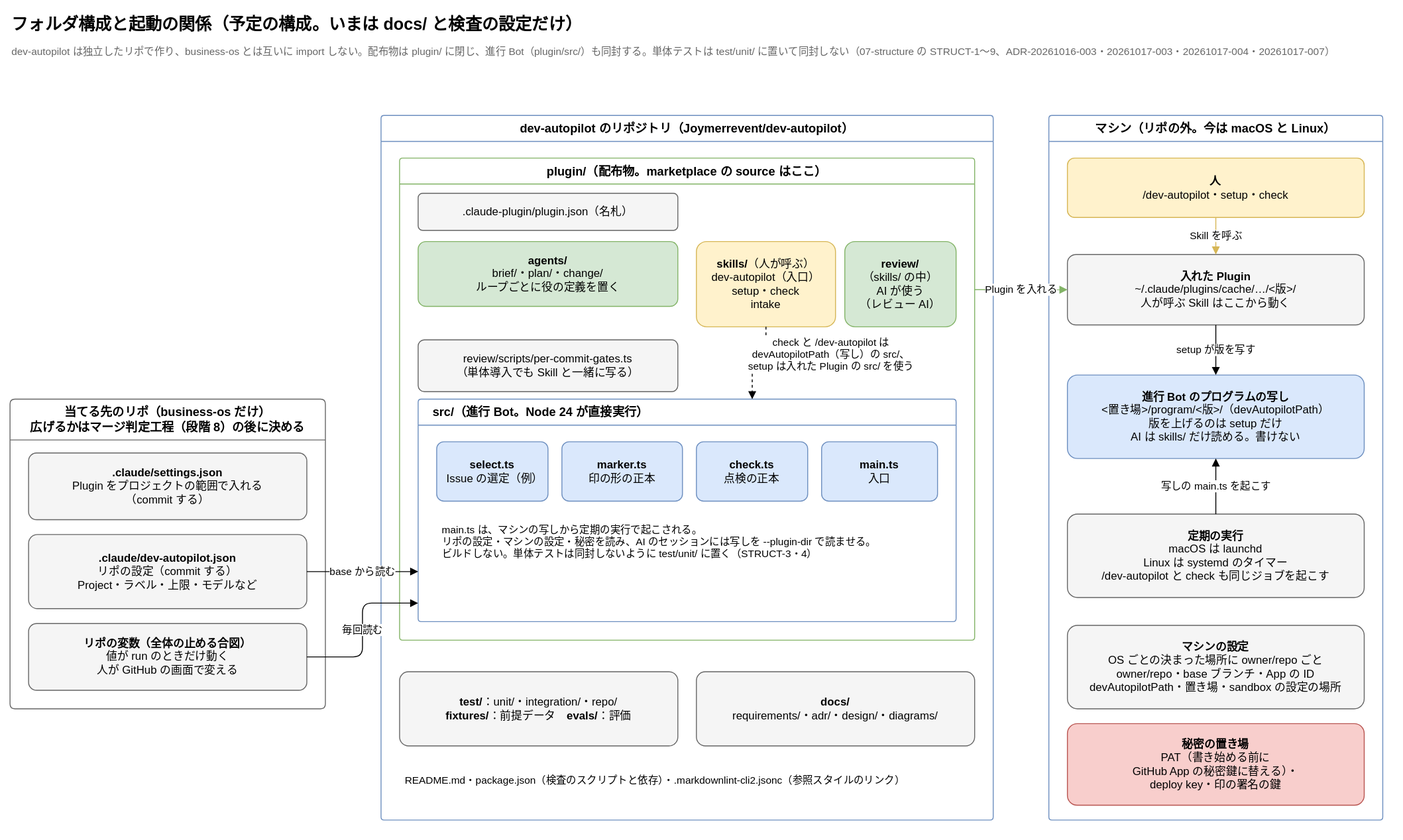
Joymerrevent/dev-autopilot keeps this draw.io diagram as docs/diagrams/structure.drawio.svg. Above is the earlier version. Source tidied: cells renumbered, new cells last; positions are measured from the earlier drawing's top-left corner, leaving out a move shared by most shapes.
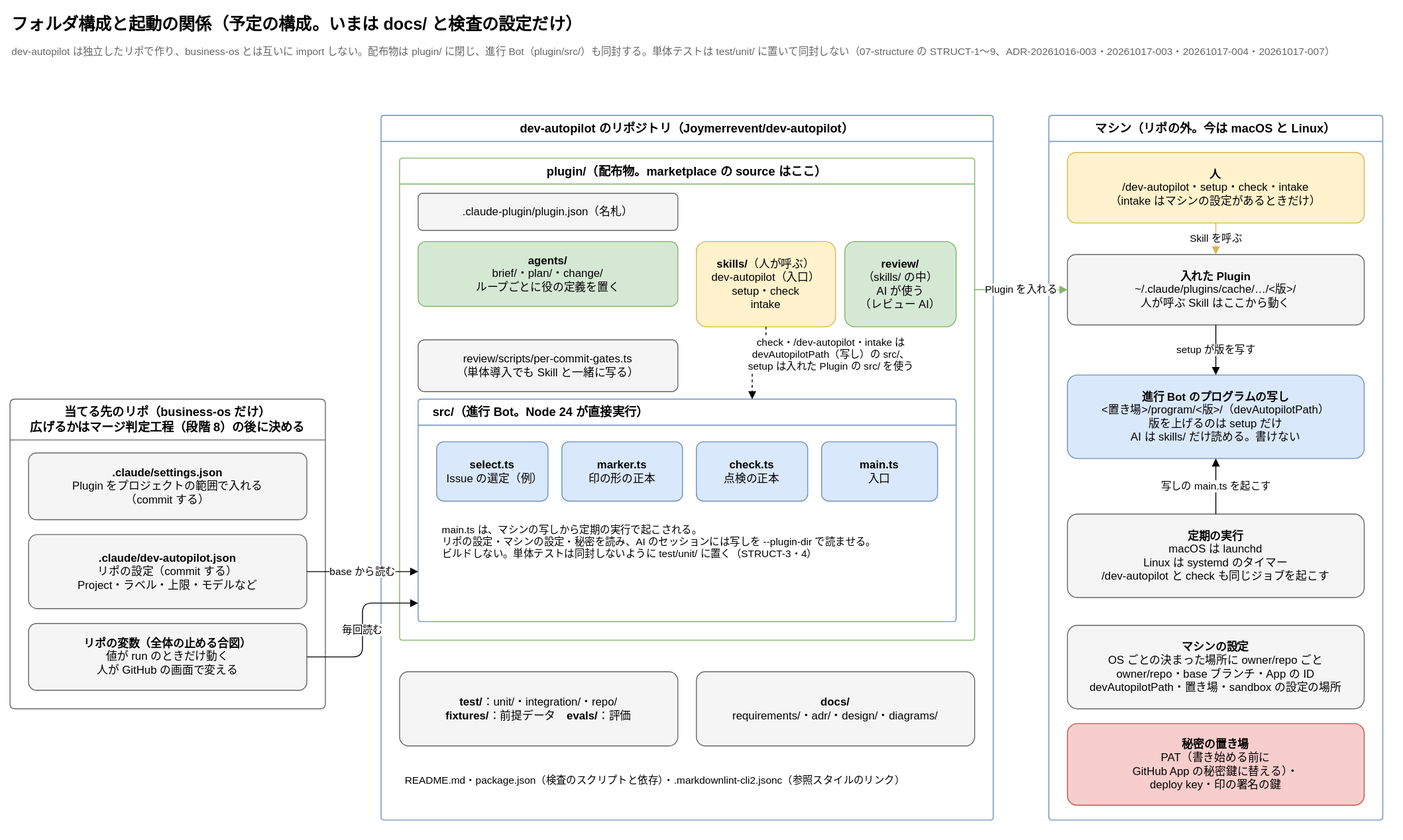
After the commit.

Diff of the diagram source:
```diff
@@ -71,8 +71,8 @@
     <mxCell id="24" value="マシン（リポの外。今は macOS と Linux）" style="swimlane;startSize=28;html=1;whiteSpace=wrap;rounded=1;arcSize=4;fontStyle=1;fontSize=13;strokeColor=#6c8ebf;fillColor=none;swimlaneFillColor=none;" parent="1" vertex="1">
       <mxGeometry x="1120" y="114" width="360" height="760" as="geometry" />
     </mxCell>
-    <mxCell id="25" value="&lt;b&gt;人&lt;/b&gt;&lt;br&gt;/dev-autopilot・setup・check" style="rounded=1;whiteSpace=wrap;html=1;fontSize=12;arcSize=12;fillColor=#fff2cc;strokeColor=#d6b656;spacing=12;" parent="24" vertex="1">
-      <mxGeometry x="20" y="46" width="320" height="64" as="geometry" />
+    <mxCell id="25" value="&lt;b&gt;人&lt;/b&gt;&lt;br&gt;/dev-autopilot・setup・check・intake&lt;br&gt;（intake はマシンの設定があるときだけ）" style="rounded=1;whiteSpace=wrap;html=1;fontSize=12;arcSize=12;fillColor=#fff2cc;strokeColor=#d6b656;spacing=12;" parent="24" vertex="1">
+      <mxGeometry x="20" y="40" width="320" height="76" as="geometry" />
     </mxCell>
     <mxCell id="26" value="&lt;b&gt;入れた Plugin&lt;/b&gt;&lt;br&gt;~/.claude/plugins/cache/…/&amp;lt;版&amp;gt;/&lt;br&gt;人が呼ぶ Skill はここから動く" style="rounded=1;whiteSpace=wrap;html=1;fontSize=12;arcSize=12;fillColor=#f5f5f5;strokeColor=#666666;spacing=12;" parent="24" vertex="1">
       <mxGeometry x="20" y="150" width="320" height="76" as="geometry" />
@@ -101,7 +101,7 @@
     <mxCell id="34" value="写しの main.ts を起こす" style="edgeStyle=orthogonalEdgeStyle;rounded=1;html=1;endArrow=block;endFill=1;fontSize=11;labelBackgroundColor=#ffffff;exitX=0.5;exitY=0;exitDx=0;exitDy=0;entryX=0.5;entryY=1;entryDx=0;entryDy=0;" parent="1" edge="1" source="28" target="27">
       <mxGeometry relative="1" as="geometry" />
     </mxCell>
-    <mxCell id="35" value="check と /dev-autopilot は&lt;br&gt;devAutopilotPath（写し）の src/、&lt;br&gt;setup は入れた Plugin の src/ を使う" style="edgeStyle=orthogonalEdgeStyle;rounded=1;html=1;endArrow=block;endFill=1;fontSize=11;labelBackgroundColor=#ffffff;dashed=1;exitX=0.5;exitY=1;exitDx=0;exitDy=0;entryX=0.621;entryY=0;entryDx=0;entryDy=0;" parent="1" edge="1" source="12" target="14">
+    <mxCell id="35" value="check・/dev-autopilot・intake は&lt;br&gt;devAutopilotPath（写し）の src/、&lt;br&gt;setup は入れた Plugin の src/ を使う" style="edgeStyle=orthogonalEdgeStyle;rounded=1;html=1;endArrow=block;endFill=1;fontSize=11;labelBackgroundColor=#ffffff;dashed=1;exitX=0.5;exitY=1;exitDx=0;exitDy=0;entryX=0.621;entryY=0;entryDx=0;entryDy=0;" parent="1" edge="1" source="12" target="14">
       <mxGeometry x="-0.35" relative="1" as="geometry">
         <mxPoint x="70" as="offset" />
       </mxGeometry>
```
